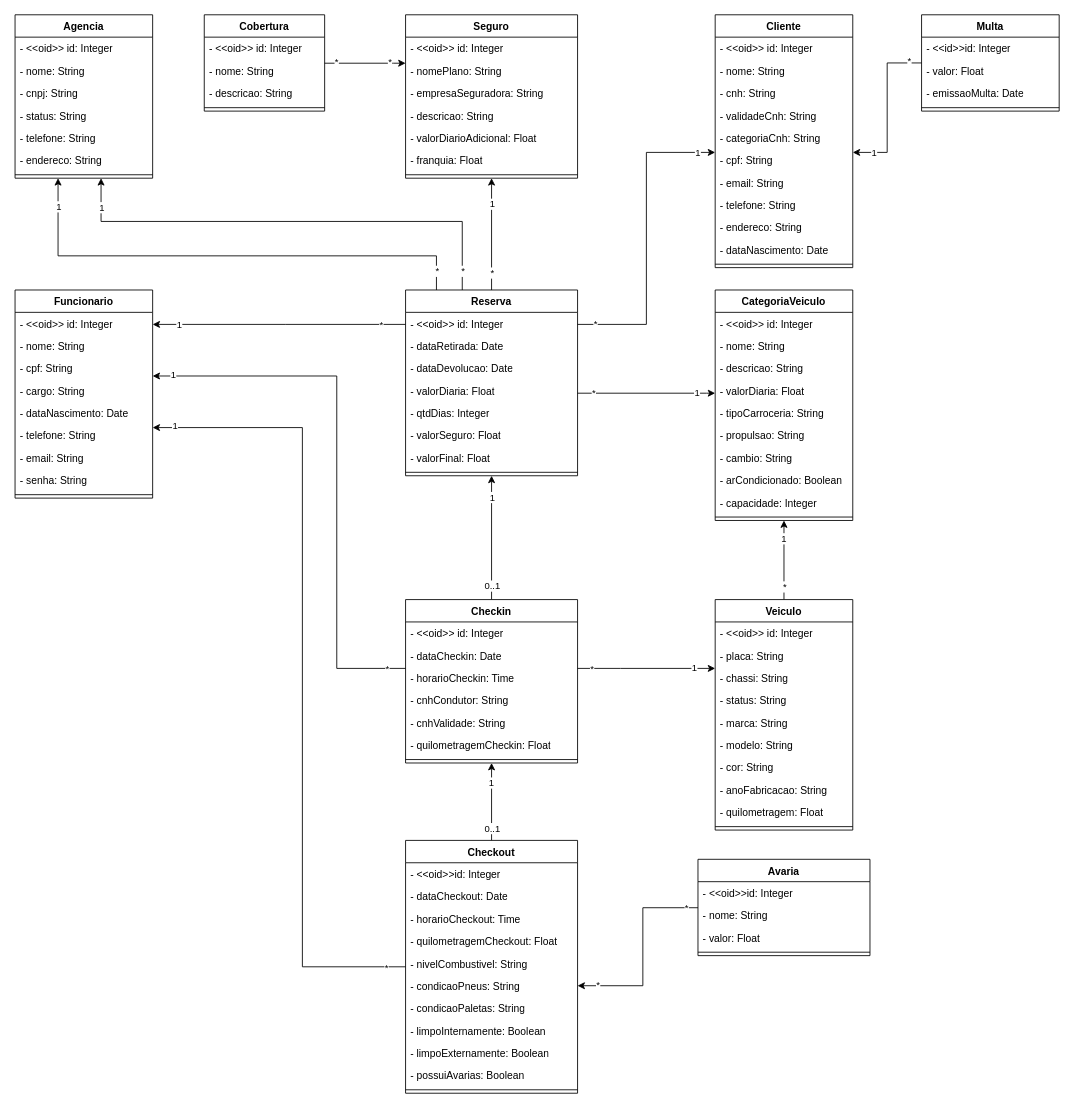
Before: UML/Diagrama de Classe.drawio in machado-o/TrinityDev, a draw.io diagram. Source tidied: cells renumbered, new cells numbered last; positions are measured from the earlier drawing's top-left corner, leaving out a move shared by most shapes. Both pictures are drawn from the tidied source at 86%, with x=0, y=0 at pixel (15, 15).
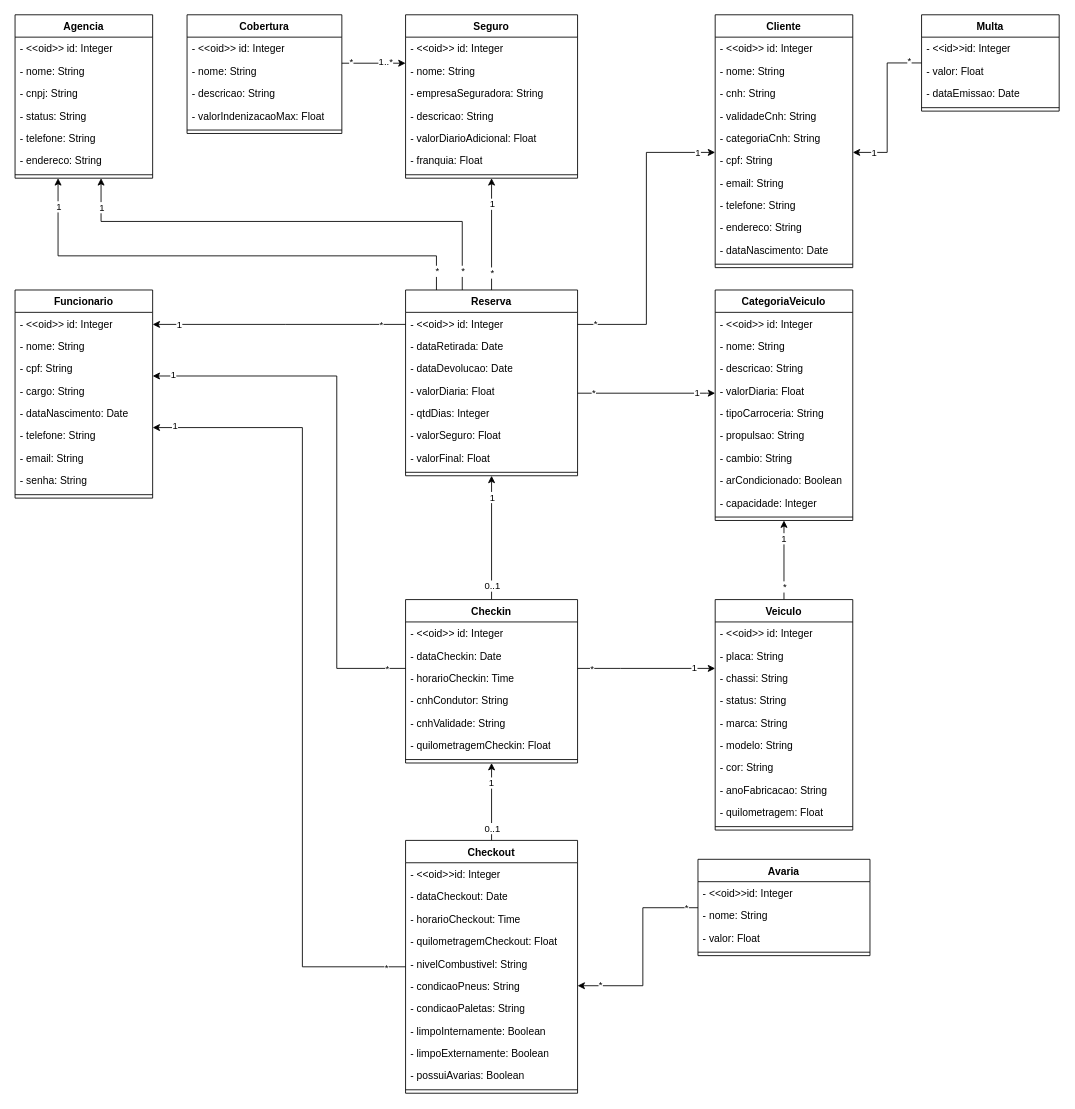
The same page after the edit.

Unchanged cells that the change refers to:
```xml
<mxCell id="49" value="Multa" style="swimlane;fontStyle=1;align=center;verticalAlign=top;horizontal=1;startSize=26;whiteSpace=wrap;html=1;" parent="1" vertex="1">
  <mxGeometry x="1054.1" y="-0.3" width="160" height="112" as="geometry" />
</mxCell>
<mxCell id="65" style="edgeStyle=orthogonalEdgeStyle;rounded=0;jettySize=auto;html=1;startArrow=classic;startFill=1;endArrow=none;endFill=0;" parent="1" edge="1" source="68" target="144">
  <mxGeometry relative="1" as="geometry">
    <Array as="points">
      <mxPoint x="440" y="56" />
      <mxPoint x="440" y="56" />
    </Array>
  </mxGeometry>
</mxCell>
<mxCell id="68" value="Seguro" style="swimlane;fontStyle=1;align=center;verticalAlign=top;horizontal=1;startSize=26;whiteSpace=wrap;html=1;" parent="1" vertex="1">
  <mxGeometry x="454.1" y="-0.3" width="200" height="190" as="geometry" />
</mxCell>
<mxCell id="141" style="edgeStyle=orthogonalEdgeStyle;rounded=0;jettySize=auto;html=1;endArrow=none;endFill=0;startArrow=classic;startFill=1;" parent="1" edge="1" source="124" target="136">
  <mxGeometry relative="1" as="geometry">
    <Array as="points">
      <mxPoint x="730" y="1129" />
      <mxPoint x="730" y="1038" />
    </Array>
  </mxGeometry>
</mxCell>
```

Change to the diagram source:
```diff
@@
-    <mxCell id="52" value="- emissaoMulta: Date" style="text;strokeColor=none;fillColor=none;align=left;verticalAlign=top;spacingLeft=4;spacingRight=4;overflow=hidden;whiteSpace=wrap;html=1;" parent="49" vertex="1">
+    <mxCell id="52" value="- dataEmissao: Date" style="text;strokeColor=none;fillColor=none;align=left;verticalAlign=top;spacingLeft=4;spacingRight=4;overflow=hidden;whiteSpace=wrap;html=1;" parent="49" vertex="1">
       <mxGeometry y="78" width="160" height="26" as="geometry" />
     </mxCell>
@@
-    <mxCell id="66" value="*" style="edgeLabel;html=1;align=center;verticalAlign=middle;" parent="65" vertex="1">
+    <mxCell id="66" value="1..*" style="edgeLabel;html=1;align=center;verticalAlign=middle;" parent="65" vertex="1">
       <mxGeometry x="-0.6" y="1" relative="1" as="geometry">
-        <mxPoint y="-4" as="offset" />
+        <mxPoint x="-9" y="-4" as="offset" />
       </mxGeometry>
     </mxCell>
@@
-    <mxCell id="70" value="- nomePlano: String" style="text;strokeColor=none;fillColor=none;align=left;verticalAlign=top;spacingLeft=4;spacingRight=4;overflow=hidden;whiteSpace=wrap;html=1;" parent="68" vertex="1">
+    <mxCell id="70" value="- nome: String" style="text;strokeColor=none;fillColor=none;align=left;verticalAlign=top;spacingLeft=4;spacingRight=4;overflow=hidden;whiteSpace=wrap;html=1;" parent="68" vertex="1">
       <mxGeometry y="52" width="200" height="26" as="geometry" />
     </mxCell>
@@
     <mxCell id="142" value="*" style="edgeLabel;html=1;align=center;verticalAlign=middle;" parent="141" vertex="1">
-      <mxGeometry x="-0.8" y="1" relative="1" as="geometry" />
+      <mxGeometry x="-0.8" y="1" relative="1" as="geometry">
+        <mxPoint x="3" as="offset" />
+      </mxGeometry>
     </mxCell>
@@
     <mxCell id="144" value="Cobertura" style="swimlane;fontStyle=1;align=center;verticalAlign=top;horizontal=1;startSize=26;whiteSpace=wrap;html=1;" parent="1" vertex="1">
-      <mxGeometry x="220" y="-0.3" width="140" height="112" as="geometry" />
+      <mxGeometry x="200" y="-0.3" width="180" height="138" as="geometry" />
     </mxCell>
     <mxCell id="145" value="- &amp;lt;&amp;lt;oid&amp;gt;&amp;gt; id: Integer" style="text;strokeColor=none;fillColor=none;align=left;verticalAlign=top;spacingLeft=4;spacingRight=4;overflow=hidden;whiteSpace=wrap;html=1;" parent="144" vertex="1">
-      <mxGeometry y="26" width="140" height="26" as="geometry" />
+      <mxGeometry y="26" width="180" height="26" as="geometry" />
     </mxCell>
     <mxCell id="146" value="- nome: String" style="text;strokeColor=none;fillColor=none;align=left;verticalAlign=top;spacingLeft=4;spacingRight=4;overflow=hidden;whiteSpace=wrap;html=1;" parent="144" vertex="1">
-      <mxGeometry y="52" width="140" height="26" as="geometry" />
+      <mxGeometry y="52" width="180" height="26" as="geometry" />
     </mxCell>
     <mxCell id="147" value="- descricao: String" style="text;strokeColor=none;fillColor=none;align=left;verticalAlign=top;spacingLeft=4;spacingRight=4;overflow=hidden;whiteSpace=wrap;html=1;" parent="144" vertex="1">
-      <mxGeometry y="78" width="140" height="26" as="geometry" />
+      <mxGeometry y="78" width="180" height="26" as="geometry" />
     </mxCell>
+    <mxCell id="149" value="-&amp;nbsp;valorIndenizacaoMax: Float" style="text;strokeColor=none;fillColor=none;align=left;verticalAlign=top;spacingLeft=4;spacingRight=4;overflow=hidden;whiteSpace=wrap;html=1;" parent="144" vertex="1">
+      <mxGeometry y="104" width="180" height="26" as="geometry" />
+    </mxCell>
     <mxCell id="148" style="line;strokeWidth=1;fillColor=none;align=left;verticalAlign=middle;spacingTop=-1;spacingLeft=3;spacingRight=3;labelPosition=right;strokeColor=inherit;" parent="144" vertex="1">
-      <mxGeometry y="104" width="140" height="8" as="geometry" />
+      <mxGeometry y="130" width="180" height="8" as="geometry" />
     </mxCell>
```
